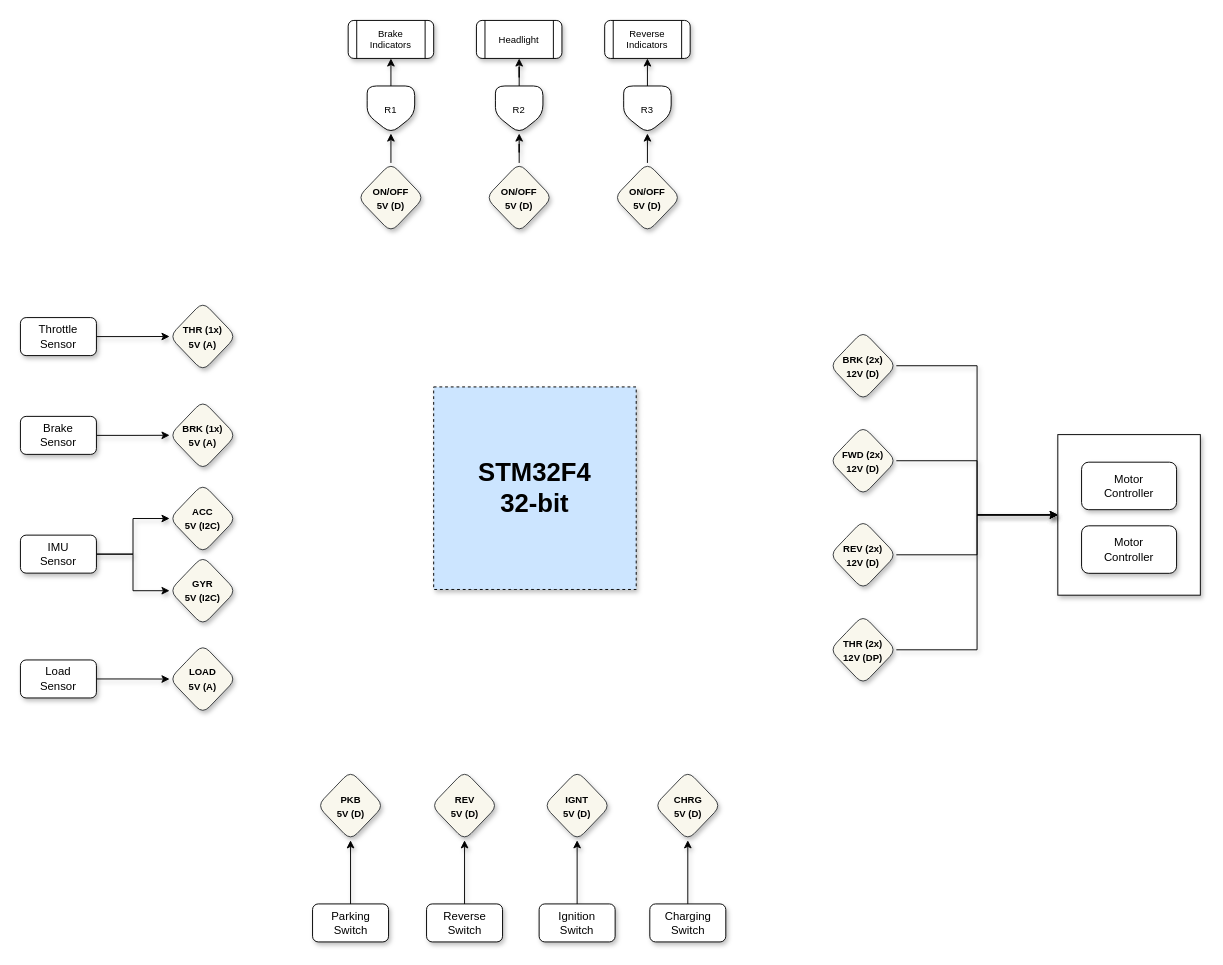
Above: ECU.drawio in techvitamins/developer (draw.io), before the change. Source tidied: cells renumbered, new cells numbered last; positions are measured from the earlier drawing's top-left corner, leaving out a move shared by most shapes. Both pictures are drawn from the tidied source at 95%, with x=0, y=0 at pixel (20, 20).
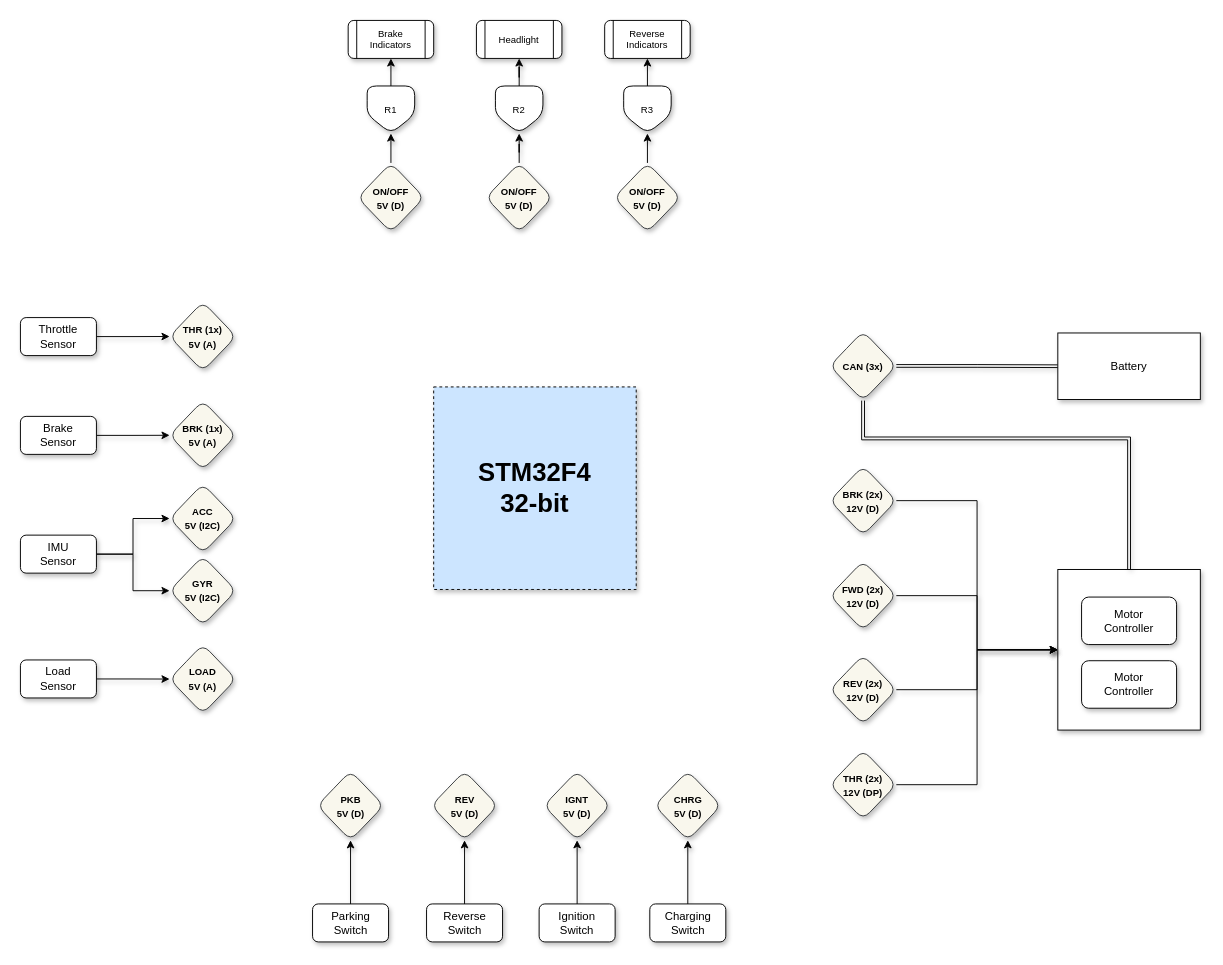
The same page after the edit.

The edit, as a diff of the source:
```diff
@@
     <mxCell id="4" value="&lt;font style=&quot;font-size: 10px&quot;&gt;&lt;b&gt;BRK (2x)&lt;br&gt;12V (D)&lt;/b&gt;&lt;/font&gt;" style="rhombus;whiteSpace=wrap;html=1;shadow=1;rounded=1;fillColor=#f9f7ed;strokeColor=#36393d;" parent="1" vertex="1">
-      <mxGeometry x="852" y="327" width="70" height="73" as="geometry" />
+      <mxGeometry x="852" y="469" width="70" height="73" as="geometry" />
     </mxCell>
     <mxCell id="5" style="rounded=0;whiteSpace=wrap;html=1;shadow=1;" parent="1" vertex="1">
-      <mxGeometry x="1092" y="436" width="150" height="169" as="geometry" />
+      <mxGeometry x="1092" y="578" width="150" height="169" as="geometry" />
     </mxCell>
     <mxCell id="6" value="Motor&lt;br&gt;Controller" style="rounded=1;whiteSpace=wrap;html=1;shadow=1;" parent="1" vertex="1">
-      <mxGeometry x="1117" y="465" width="100" height="50" as="geometry" />
+      <mxGeometry x="1117" y="607" width="100" height="50" as="geometry" />
     </mxCell>
     <mxCell id="7" value="Motor&lt;br&gt;Controller" style="rounded=1;whiteSpace=wrap;html=1;shadow=1;" parent="1" vertex="1">
-      <mxGeometry x="1117" y="532" width="100" height="50" as="geometry" />
+      <mxGeometry x="1117" y="674" width="100" height="50" as="geometry" />
     </mxCell>
@@
     <mxCell id="14" value="&lt;font style=&quot;font-size: 10px&quot;&gt;&lt;b&gt;FWD (2x)&lt;br&gt;12V (D)&lt;/b&gt;&lt;/font&gt;" style="rhombus;whiteSpace=wrap;html=1;shadow=1;rounded=1;fillColor=#f9f7ed;strokeColor=#36393d;" parent="1" vertex="1">
-      <mxGeometry x="852" y="427" width="70" height="73" as="geometry" />
+      <mxGeometry x="852" y="569" width="70" height="73" as="geometry" />
     </mxCell>
@@
     <mxCell id="16" value="&lt;font style=&quot;font-size: 10px&quot;&gt;&lt;b&gt;REV (2x)&lt;br&gt;12V (D)&lt;/b&gt;&lt;/font&gt;" style="rhombus;whiteSpace=wrap;html=1;shadow=1;rounded=1;fillColor=#f9f7ed;strokeColor=#36393d;" parent="1" vertex="1">
-      <mxGeometry x="852" y="526" width="70" height="73" as="geometry" />
+      <mxGeometry x="852" y="668" width="70" height="73" as="geometry" />
     </mxCell>
@@
     <mxCell id="18" value="&lt;font style=&quot;font-size: 10px&quot;&gt;&lt;b&gt;THR (2x)&lt;br&gt;12V (DP)&lt;/b&gt;&lt;/font&gt;" style="rhombus;whiteSpace=wrap;html=1;shadow=1;rounded=1;fillColor=#f9f7ed;strokeColor=#36393d;" parent="1" vertex="1">
-      <mxGeometry x="852" y="626" width="70" height="73" as="geometry" />
+      <mxGeometry x="852" y="768" width="70" height="73" as="geometry" />
     </mxCell>
@@
+    <mxCell id="55" style="edgeStyle=orthogonalEdgeStyle;rounded=0;jettySize=auto;html=1;exitX=1;exitY=0.5;exitDx=0;exitDy=0;shadow=1;fontSize=12;shape=link;width=-2.8571428571428577;" parent="1" edge="1" source="57" target="58">
+      <mxGeometry relative="1" as="geometry" />
+    </mxCell>
+    <mxCell id="56" style="edgeStyle=elbowEdgeStyle;shape=link;rounded=0;jettySize=auto;html=1;entryX=0.5;entryY=0;entryDx=0;entryDy=0;shadow=1;fontSize=12;elbow=vertical;width=3;" parent="1" edge="1" source="57" target="5">
+      <mxGeometry relative="1" as="geometry">
+        <Array as="points">
+          <mxPoint x="1035" y="440" />
+        </Array>
+      </mxGeometry>
+    </mxCell>
+    <mxCell id="57" value="&lt;font style=&quot;font-size: 10px&quot;&gt;&lt;b&gt;CAN (3x)&lt;br&gt;&lt;/b&gt;&lt;/font&gt;" style="rhombus;whiteSpace=wrap;html=1;shadow=1;rounded=1;fillColor=#f9f7ed;strokeColor=#36393d;" parent="1" vertex="1">
+      <mxGeometry x="852" y="327.2" width="70" height="73" as="geometry" />
+    </mxCell>
+    <mxCell id="58" value="Battery" style="rounded=0;whiteSpace=wrap;html=1;shadow=1;" parent="1" vertex="1">
+      <mxGeometry x="1092" y="329" width="150" height="70" as="geometry" />
+    </mxCell>
```
